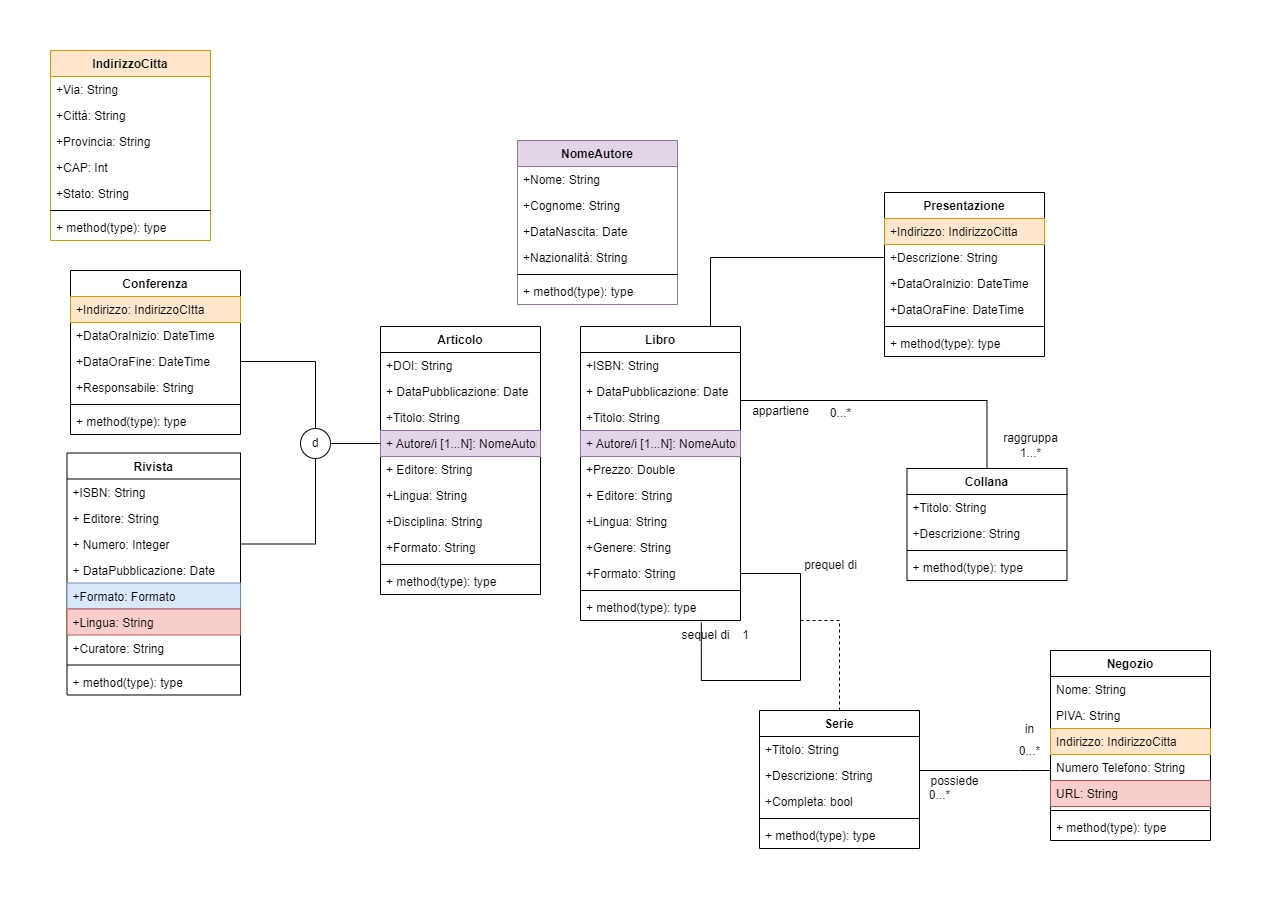
Earlier version of the draw.io export Schemi/UMLv4.png (simoneparente/Biblioteca). Source tidied: cells renumbered, new cells last; positions are measured from the earlier drawing's top-left corner, leaving out a move shared by most shapes.
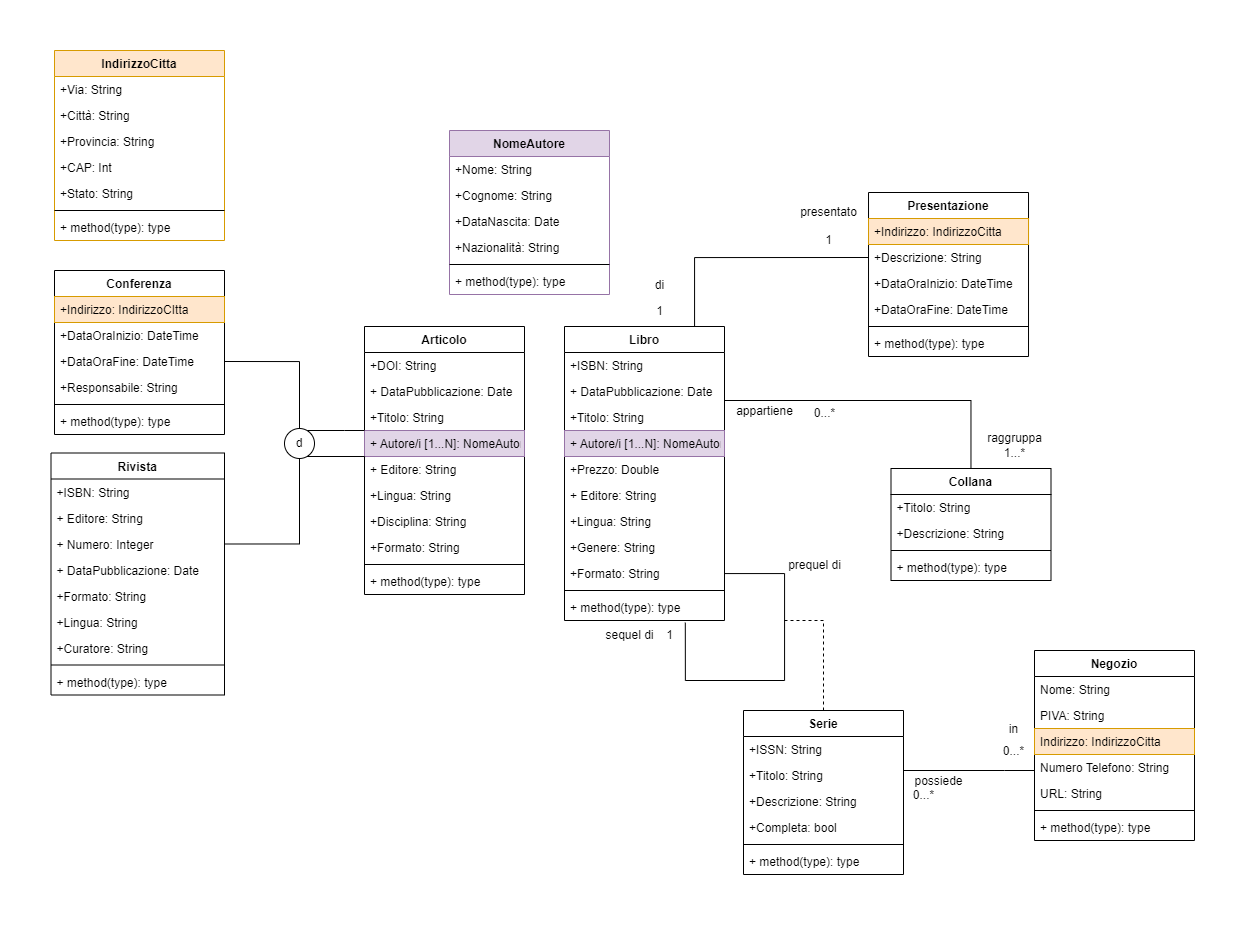
The same file after the commit.

Diff of the diagram source:
```diff
@@ -123,7 +123,7 @@
     <mxCell id="38" value="Numero Telefono: String" style="text;strokeColor=none;fillColor=none;align=left;verticalAlign=top;spacingLeft=4;spacingRight=4;overflow=hidden;points=[[0,0.5],[1,0.5]];portConstraint=eastwest;fontColor=#000000;" parent="34" vertex="1">
       <mxGeometry y="104" width="160" height="26" as="geometry" />
     </mxCell>
-    <mxCell id="39" value="URL: String" style="text;strokeColor=#b85450;fillColor=#f8cecc;align=left;verticalAlign=top;spacingLeft=4;spacingRight=4;overflow=hidden;" parent="34" vertex="1">
+    <mxCell id="39" value="URL: String" style="text;align=left;verticalAlign=top;spacingLeft=4;spacingRight=4;overflow=hidden;" parent="34" vertex="1">
       <mxGeometry y="130" width="160" height="26" as="geometry" />
     </mxCell>
     <mxCell id="40" style="line;strokeWidth=1;fillColor=none;align=left;verticalAlign=middle;spacingTop=-1;spacingLeft=3;spacingRight=3;labelPosition=right;fontColor=#000000;" parent="34" vertex="1">
@@ -133,7 +133,7 @@
       <mxGeometry y="164" width="160" height="26" as="geometry" />
     </mxCell>
     <mxCell id="42" value="NomeAutore" style="swimlane;fontStyle=1;align=center;verticalAlign=top;horizontal=1;startSize=26;fontSize=12;fillColor=#e1d5e7;strokeColor=#9673a6;" parent="1" vertex="1">
-      <mxGeometry x="467" y="90" width="160" height="164" as="geometry" />
+      <mxGeometry x="415" y="80" width="160" height="164" as="geometry" />
     </mxCell>
     <mxCell id="43" value="+Nome: String" style="text;align=left;verticalAlign=top;spacingLeft=4;spacingRight=4;overflow=hidden;fontSize=12;" parent="42" vertex="1">
       <mxGeometry y="26" width="160" height="26" as="geometry" />
@@ -186,34 +186,34 @@
       <mxGeometry y="86" width="160" height="26" as="geometry" />
     </mxCell>
     <mxCell id="56" value="IndirizzoCitta" style="swimlane;fontStyle=1;align=center;verticalAlign=top;horizontal=1;startSize=26;fontSize=12;fillColor=#ffe6cc;strokeColor=#d79b00;" parent="1" vertex="1">
-      <mxGeometry width="160" height="190" as="geometry" />
+      <mxGeometry x="20" width="170" height="190" as="geometry" />
     </mxCell>
     <mxCell id="57" value="+Via: String" style="text;align=left;verticalAlign=top;spacingLeft=4;spacingRight=4;overflow=hidden;fontSize=12;" parent="56" vertex="1">
-      <mxGeometry y="26" width="160" height="26" as="geometry" />
+      <mxGeometry y="26" width="170" height="26" as="geometry" />
     </mxCell>
     <mxCell id="58" value="+Città: String" style="text;align=left;verticalAlign=top;spacingLeft=4;spacingRight=4;overflow=hidden;fontSize=12;" parent="56" vertex="1">
-      <mxGeometry y="52" width="160" height="26" as="geometry" />
+      <mxGeometry y="52" width="170" height="26" as="geometry" />
     </mxCell>
     <mxCell id="59" value="+Provincia: String" style="text;align=left;verticalAlign=top;spacingLeft=4;spacingRight=4;overflow=hidden;fontSize=12;" parent="56" vertex="1">
-      <mxGeometry y="78" width="160" height="26" as="geometry" />
+      <mxGeometry y="78" width="170" height="26" as="geometry" />
     </mxCell>
     <mxCell id="60" value="+CAP: Int" style="text;align=left;verticalAlign=top;spacingLeft=4;spacingRight=4;overflow=hidden;fontSize=12;" parent="56" vertex="1">
-      <mxGeometry y="104" width="160" height="26" as="geometry" />
+      <mxGeometry y="104" width="170" height="26" as="geometry" />
     </mxCell>
     <mxCell id="61" value="+Stato: String" style="text;align=left;verticalAlign=top;spacingLeft=4;spacingRight=4;overflow=hidden;fontSize=12;" parent="56" vertex="1">
-      <mxGeometry y="130" width="160" height="26" as="geometry" />
+      <mxGeometry y="130" width="170" height="26" as="geometry" />
     </mxCell>
     <mxCell id="62" style="line;strokeWidth=1;align=left;verticalAlign=middle;spacingTop=-1;spacingLeft=3;spacingRight=3;labelPosition=right;fontSize=12;" parent="56" vertex="1">
-      <mxGeometry y="156" width="160" height="8" as="geometry" />
+      <mxGeometry y="156" width="170" height="8" as="geometry" />
     </mxCell>
     <mxCell id="63" value="+ method(type): type" style="text;align=left;verticalAlign=top;spacingLeft=4;spacingRight=4;overflow=hidden;fontSize=12;" parent="56" vertex="1">
-      <mxGeometry y="164" width="160" height="26" as="geometry" />
+      <mxGeometry y="164" width="170" height="26" as="geometry" />
     </mxCell>
     <mxCell id="64" value="sequel di" style="text;html=1;align=center;verticalAlign=middle;strokeColor=none;fillColor=none;" parent="1" vertex="1">
-      <mxGeometry x="620" y="570" width="70" height="30" as="geometry" />
+      <mxGeometry x="560" y="570" width="70" height="30" as="geometry" />
     </mxCell>
     <mxCell id="65" value="1" style="text;html=1;align=center;verticalAlign=middle;strokeColor=none;fillColor=none;" parent="1" vertex="1">
-      <mxGeometry x="680" y="570" width="30" height="30" as="geometry" />
+      <mxGeometry x="620" y="570" width="30" height="30" as="geometry" />
     </mxCell>
     <mxCell id="66" value="prequel di" style="text;html=1;align=center;verticalAlign=middle;strokeColor=none;fillColor=none;" parent="1" vertex="1">
       <mxGeometry x="740" y="500" width="80" height="30" as="geometry" />
@@ -233,10 +233,10 @@
     <mxCell id="71" value="+ DataPubblicazione: Date" style="text;strokeColor=none;fillColor=none;align=left;verticalAlign=top;spacingLeft=4;spacingRight=4;overflow=hidden;" parent="67" vertex="1">
       <mxGeometry y="104" width="173.5" height="26" as="geometry" />
     </mxCell>
-    <mxCell id="72" value="+Formato: Formato" style="text;strokeColor=#6c8ebf;fillColor=#dae8fc;align=left;verticalAlign=top;spacingLeft=4;spacingRight=4;overflow=hidden;" parent="67" vertex="1">
+    <mxCell id="72" value="+Formato: String" style="text;align=left;verticalAlign=top;spacingLeft=4;spacingRight=4;overflow=hidden;" parent="67" vertex="1">
       <mxGeometry y="130" width="173.5" height="26" as="geometry" />
     </mxCell>
-    <mxCell id="73" value="+Lingua: String" style="text;strokeColor=#b85450;fillColor=#f8cecc;align=left;verticalAlign=top;spacingLeft=4;spacingRight=4;overflow=hidden;" parent="67" vertex="1">
+    <mxCell id="73" value="+Lingua: String" style="text;align=left;verticalAlign=top;spacingLeft=4;spacingRight=4;overflow=hidden;" parent="67" vertex="1">
       <mxGeometry y="156" width="173.5" height="26" as="geometry" />
     </mxCell>
     <mxCell id="74" value="+Curatore: String" style="text;align=left;verticalAlign=top;spacingLeft=4;spacingRight=4;overflow=hidden;" parent="67" vertex="1">
@@ -269,22 +269,25 @@
       </mxGeometry>
     </mxCell>
     <mxCell id="82" value="Serie" style="swimlane;fontStyle=1;align=center;verticalAlign=top;horizontal=1;startSize=26;fontSize=12;" parent="1" vertex="1">
-      <mxGeometry x="709" y="660" width="160" height="138" as="geometry" />
+      <mxGeometry x="709" y="660" width="160" height="164" as="geometry" />
     </mxCell>
+    <mxCell id="103" value="+ISSN: String" style="text;align=left;verticalAlign=top;spacingLeft=4;spacingRight=4;overflow=hidden;fontSize=12;" parent="82" vertex="1">
+      <mxGeometry y="26" width="160" height="26" as="geometry" />
+    </mxCell>
     <mxCell id="83" value="+Titolo: String" style="text;align=left;verticalAlign=top;spacingLeft=4;spacingRight=4;overflow=hidden;fontSize=12;" parent="82" vertex="1">
-      <mxGeometry y="26" width="160" height="26" as="geometry" />
+      <mxGeometry y="52" width="160" height="26" as="geometry" />
     </mxCell>
     <mxCell id="84" value="+Descrizione: String" style="text;align=left;verticalAlign=top;spacingLeft=4;spacingRight=4;overflow=hidden;fontSize=12;" parent="82" vertex="1">
-      <mxGeometry y="52" width="160" height="26" as="geometry" />
+      <mxGeometry y="78" width="160" height="26" as="geometry" />
     </mxCell>
     <mxCell id="85" value="+Completa: bool" style="text;align=left;verticalAlign=top;spacingLeft=4;spacingRight=4;overflow=hidden;fontSize=12;" parent="82" vertex="1">
-      <mxGeometry y="78" width="160" height="26" as="geometry" />
+      <mxGeometry y="104" width="160" height="26" as="geometry" />
     </mxCell>
     <mxCell id="86" style="line;strokeWidth=1;align=left;verticalAlign=middle;spacingTop=-1;spacingLeft=3;spacingRight=3;labelPosition=right;fontSize=12;" parent="82" vertex="1">
-      <mxGeometry y="104" width="160" height="8" as="geometry" />
+      <mxGeometry y="130" width="160" height="8" as="geometry" />
     </mxCell>
     <mxCell id="87" value="+ method(type): type" style="text;align=left;verticalAlign=top;spacingLeft=4;spacingRight=4;overflow=hidden;fontSize=12;" parent="82" vertex="1">
-      <mxGeometry y="112" width="160" height="26" as="geometry" />
+      <mxGeometry y="138" width="160" height="26" as="geometry" />
     </mxCell>
     <mxCell id="88" value="appartiene" style="text;html=1;align=center;verticalAlign=middle;strokeColor=none;fillColor=none;" parent="1" vertex="1">
       <mxGeometry x="690" y="346" width="80" height="30" as="geometry" />
@@ -302,7 +305,12 @@
       <mxGeometry relative="1" as="geometry" />
     </mxCell>
     <mxCell id="93" style="edgeStyle=orthogonalEdgeStyle;rounded=0;jettySize=auto;html=1;endArrow=none;endFill=0;" parent="1" edge="1" source="94" target="20">
-      <mxGeometry relative="1" as="geometry" />
+      <mxGeometry relative="1" as="geometry">
+        <Array as="points">
+          <mxPoint x="310" y="380" />
+          <mxPoint x="310" y="380" />
+        </Array>
+      </mxGeometry>
     </mxCell>
     <mxCell id="94" value="d" style="ellipse;whiteSpace=wrap;html=1;" parent="1" vertex="1">
       <mxGeometry x="250" y="378" width="30" height="30" as="geometry" />
@@ -331,5 +339,25 @@
     <mxCell id="102" value="+ method(type): type" style="text;align=left;verticalAlign=top;spacingLeft=4;spacingRight=4;overflow=hidden;fontSize=12;" parent="96" vertex="1">
       <mxGeometry y="138" width="160" height="26" as="geometry" />
     </mxCell>
+    <mxCell id="104" style="edgeStyle=orthogonalEdgeStyle;rounded=0;jettySize=auto;html=1;endArrow=none;endFill=0;" parent="1" edge="1" source="94">
+      <mxGeometry relative="1" as="geometry">
+        <mxPoint x="330" y="408" as="targetPoint" />
+        <Array as="points">
+          <mxPoint x="330" y="406" />
+        </Array>
+      </mxGeometry>
+    </mxCell>
+    <mxCell id="105" value="presentato" style="text;html=1;align=center;verticalAlign=middle;strokeColor=none;fillColor=none;" parent="1" vertex="1">
+      <mxGeometry x="754" y="147" width="80" height="30" as="geometry" />
+    </mxCell>
+    <mxCell id="106" value="1" style="text;html=1;align=center;verticalAlign=middle;strokeColor=none;fillColor=none;" parent="1" vertex="1">
+      <mxGeometry x="779" y="175" width="30" height="30" as="geometry" />
+    </mxCell>
+    <mxCell id="107" value="di" style="text;html=1;align=center;verticalAlign=middle;strokeColor=none;fillColor=none;" parent="1" vertex="1">
+      <mxGeometry x="610" y="220" width="30" height="30" as="geometry" />
+    </mxCell>
+    <mxCell id="108" value="1" style="text;html=1;align=center;verticalAlign=middle;strokeColor=none;fillColor=none;" parent="1" vertex="1">
+      <mxGeometry x="610" y="246" width="30" height="30" as="geometry" />
+    </mxCell>
   </root>
 </mxGraphModel>
```
